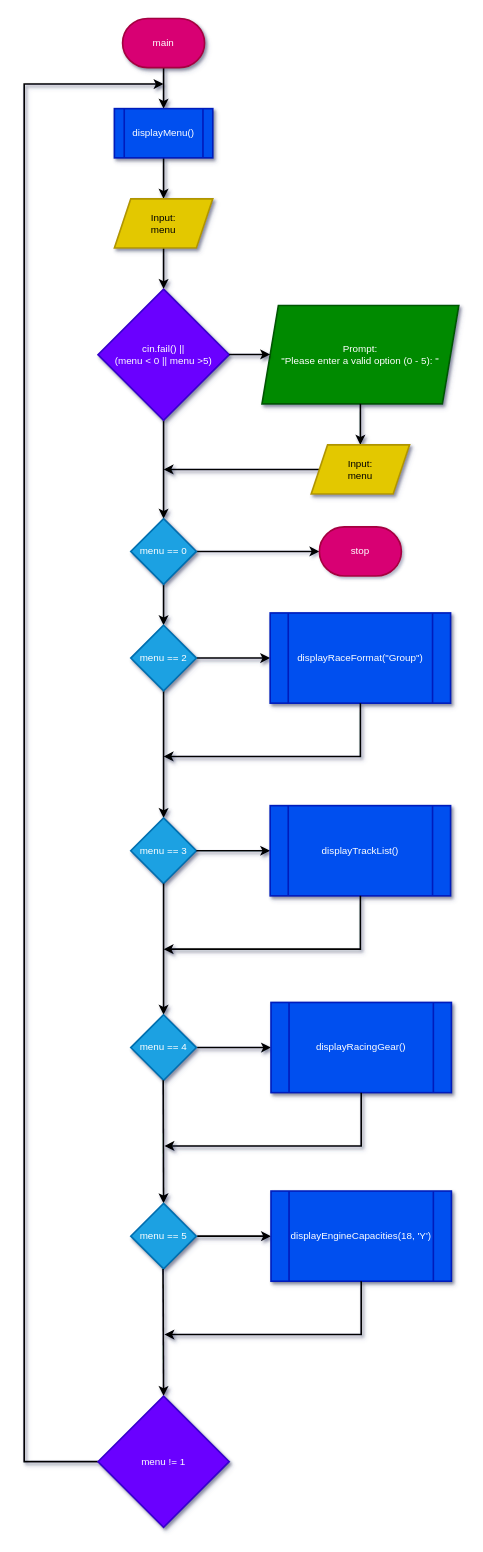
This is main.drawio from shahxvi/csc126-group-project, a draw.io file, before an edit. Source tidied: cells renumbered, new cells numbered last; positions are measured from the earlier drawing's top-left corner, leaving out a move shared by most shapes. Both pictures are drawn from the tidied source at 82%, with x=0, y=0 at pixel (24, 18).
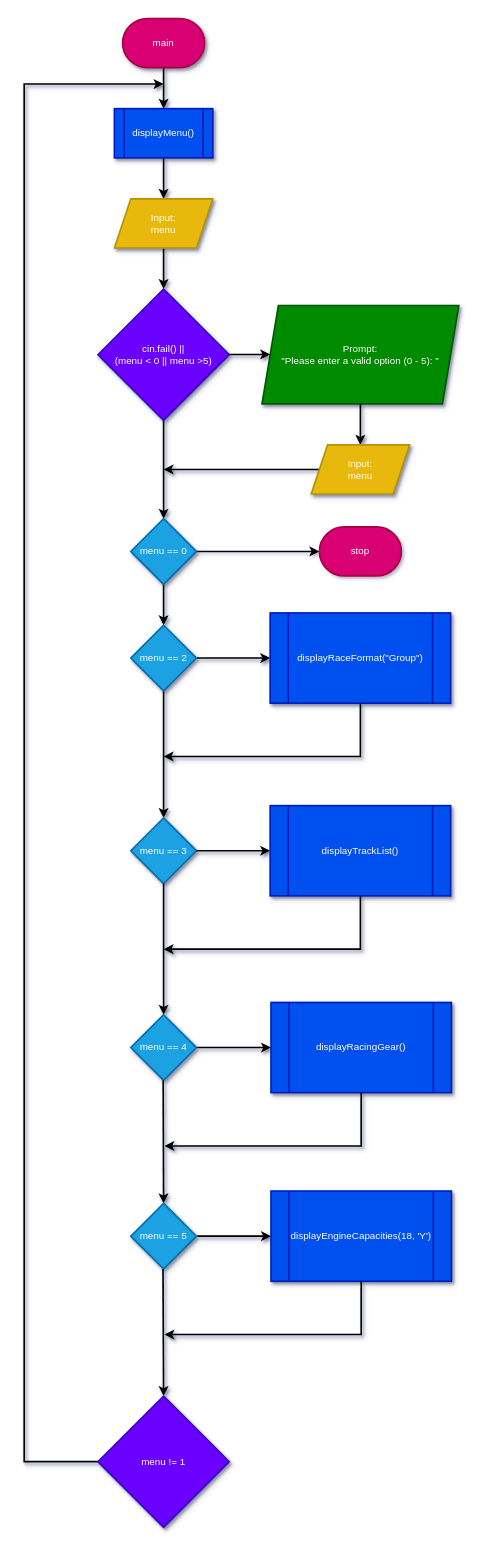
The same diagram, later.

Commit message:
Update flowchart and font color

Diff of the diagram source:
```diff
@@
-    <mxCell id="7" value="Input:&lt;br&gt;menu" style="shape=parallelogram;perimeter=parallelogramPerimeter;whiteSpace=wrap;html=1;fixedSize=1;fillColor=#e3c800;strokeColor=#B09500;strokeWidth=2;shadow=1;fontColor=#000000;" parent="1" vertex="1">
+    <mxCell id="7" value="Input:&lt;br&gt;menu" style="shape=parallelogram;perimeter=parallelogramPerimeter;whiteSpace=wrap;html=1;fixedSize=1;fillColor=#E8B810;strokeColor=#B09500;strokeWidth=2;shadow=1;fontColor=#FFFFFF;gradientColor=none;" parent="1" vertex="1">
       <mxGeometry x="110" y="220" width="120" height="60" as="geometry" />
     </mxCell>
@@
-    <mxCell id="12" style="edgeStyle=none;html=1;strokeWidth=2;shadow=1;" parent="1" edge="1" target="14">
+    <mxCell id="12" style="edgeStyle=none;html=1;strokeWidth=2;shadow=1;" parent="1" edge="1">
       <mxGeometry relative="1" as="geometry">
         <mxPoint x="410" y="470" as="sourcePoint" />
+        <mxPoint x="410" y="520" as="targetPoint" />
       </mxGeometry>
     </mxCell>
-    <mxCell id="13" style="edgeStyle=none;html=1;strokeWidth=2;shadow=1;" parent="1" edge="1" source="14">
+    <mxCell id="13" style="edgeStyle=none;html=1;strokeWidth=2;shadow=1;exitX=0;exitY=0.5;exitDx=0;exitDy=0;" parent="1" edge="1" source="14">
       <mxGeometry relative="1" as="geometry">
         <mxPoint x="170" y="550" as="targetPoint" />
       </mxGeometry>
     </mxCell>
-    <mxCell id="14" value="Input:&lt;br&gt;menu" style="shape=parallelogram;perimeter=parallelogramPerimeter;whiteSpace=wrap;html=1;fixedSize=1;fillColor=#e3c800;strokeColor=#B09500;strokeWidth=2;shadow=1;fontColor=#000000;" parent="1" vertex="1">
-      <mxGeometry x="350" y="520" width="120" height="60" as="geometry" />
-    </mxCell>
@@
+    <mxCell id="14" value="Input:&lt;br&gt;menu" style="shape=parallelogram;perimeter=parallelogramPerimeter;whiteSpace=wrap;html=1;fixedSize=1;fillColor=#E8B810;strokeColor=#B09500;strokeWidth=2;shadow=1;fontColor=#FFFFFF;gradientColor=none;" parent="1" vertex="1">
+      <mxGeometry x="350" y="520" width="120" height="60" as="geometry" />
+    </mxCell>
```
